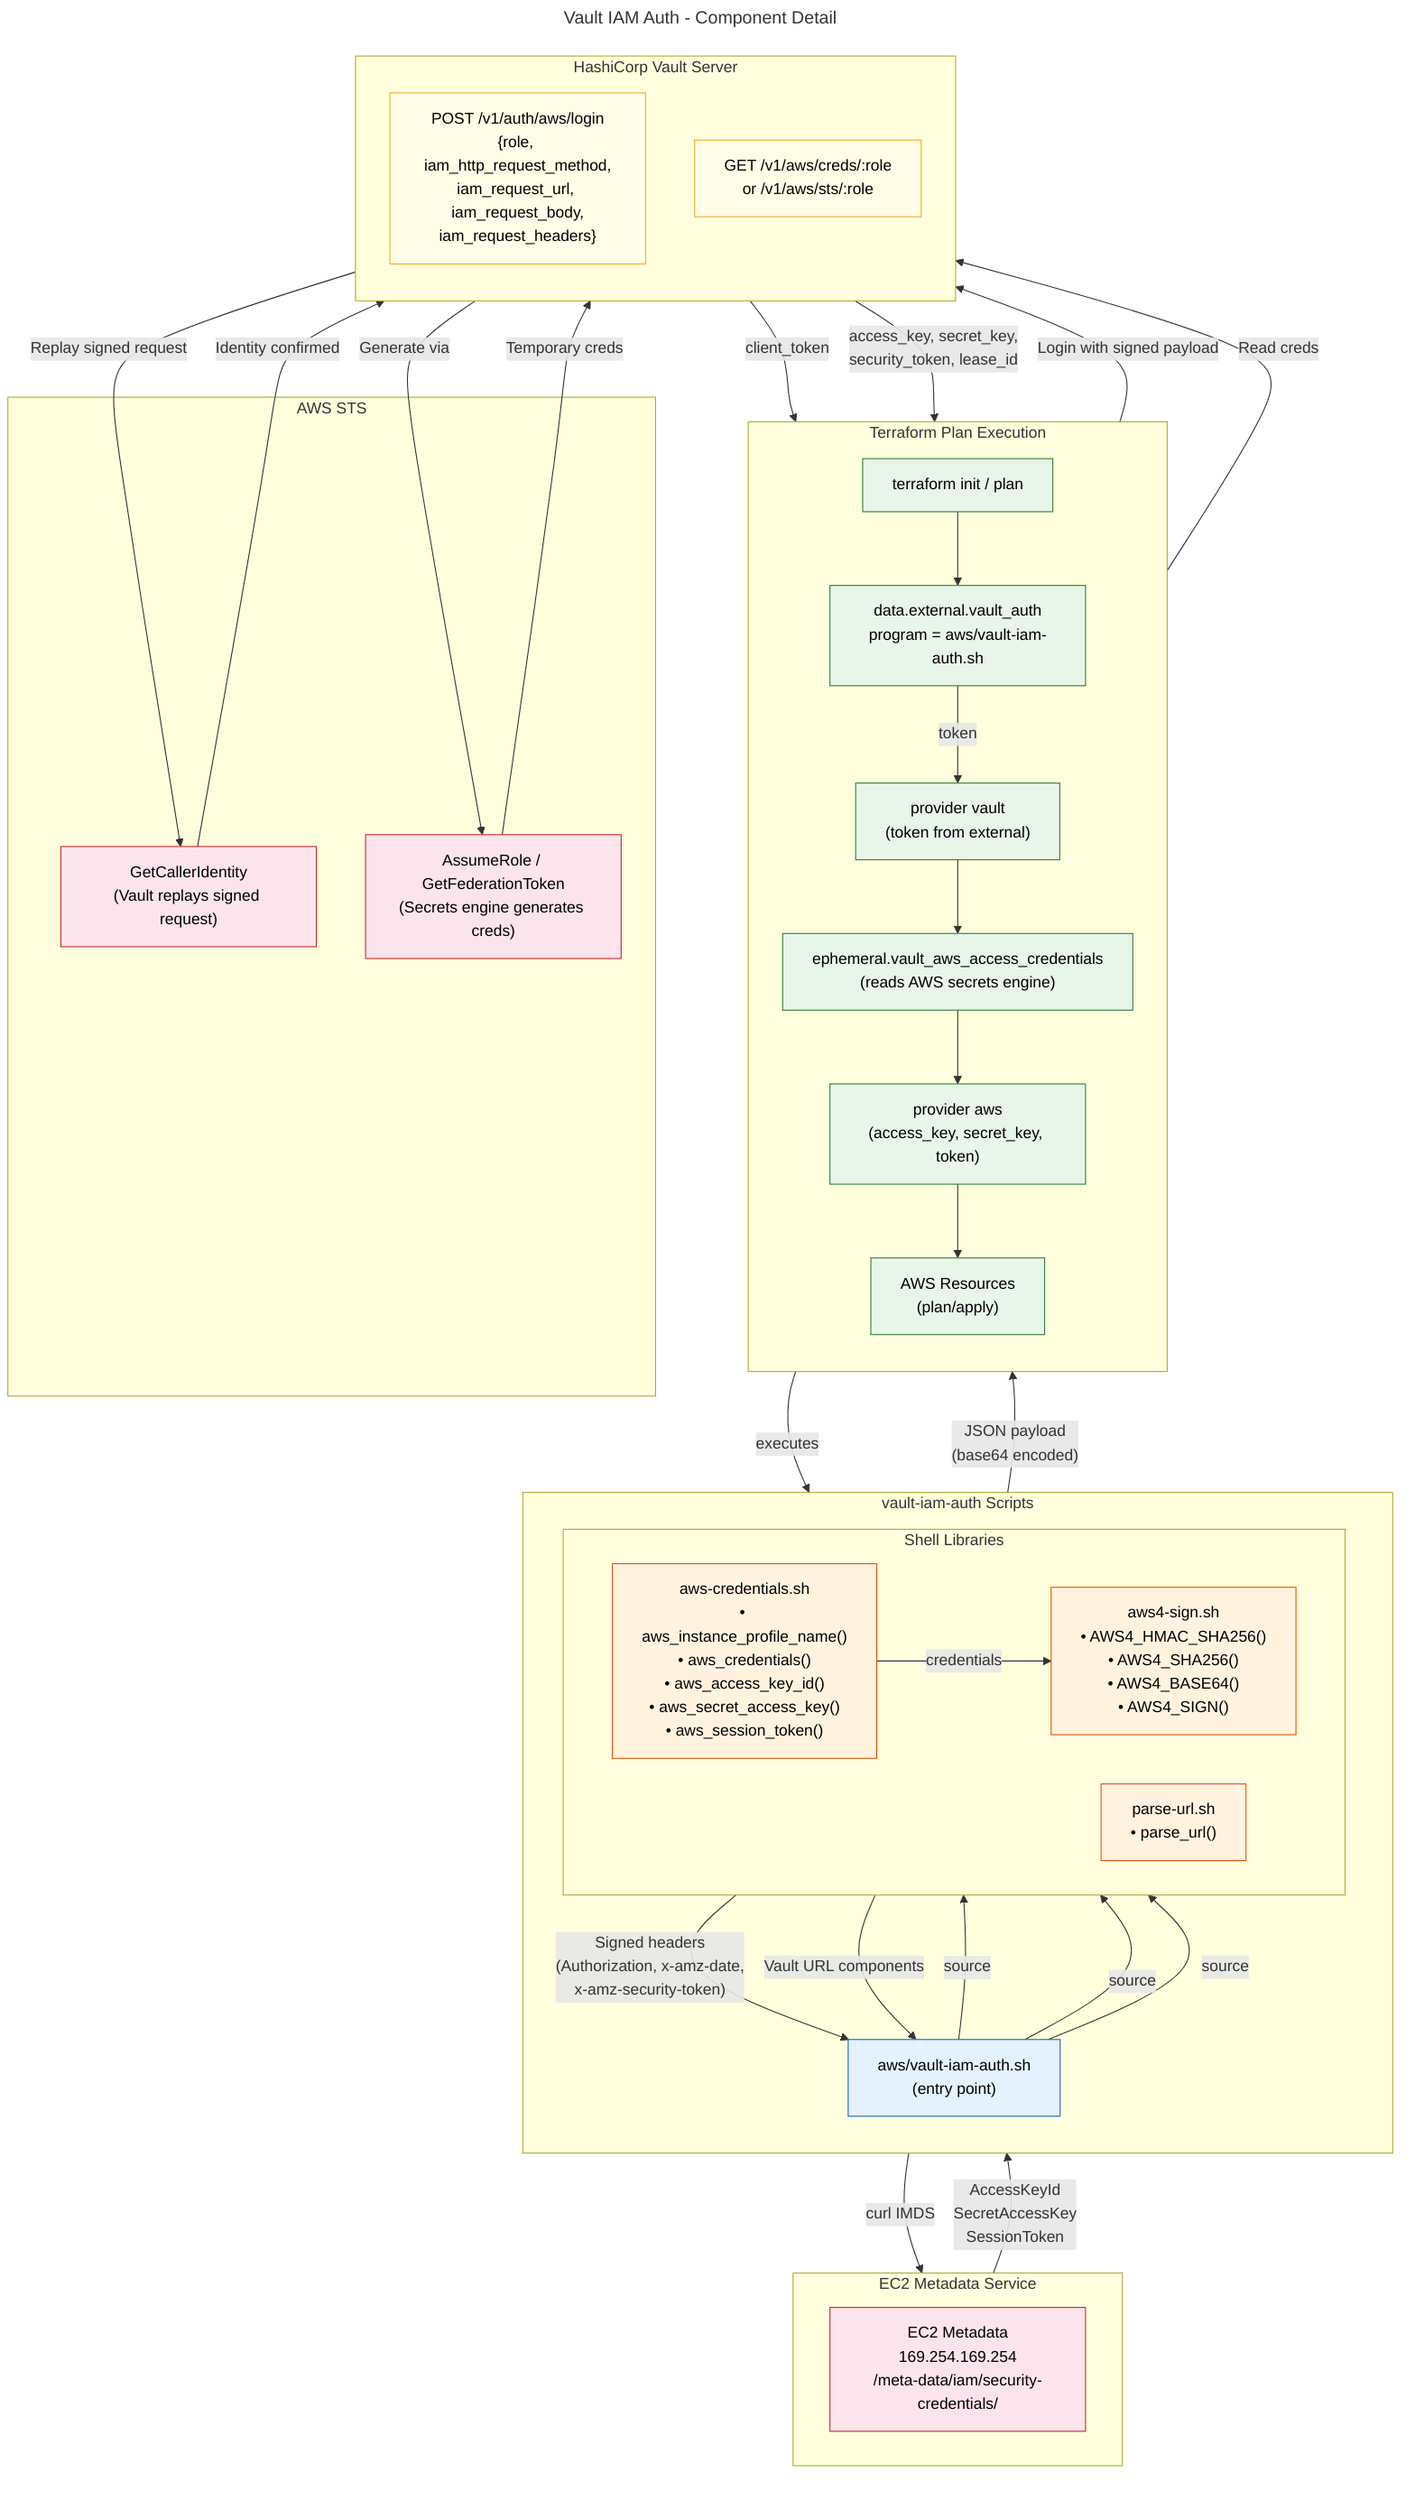
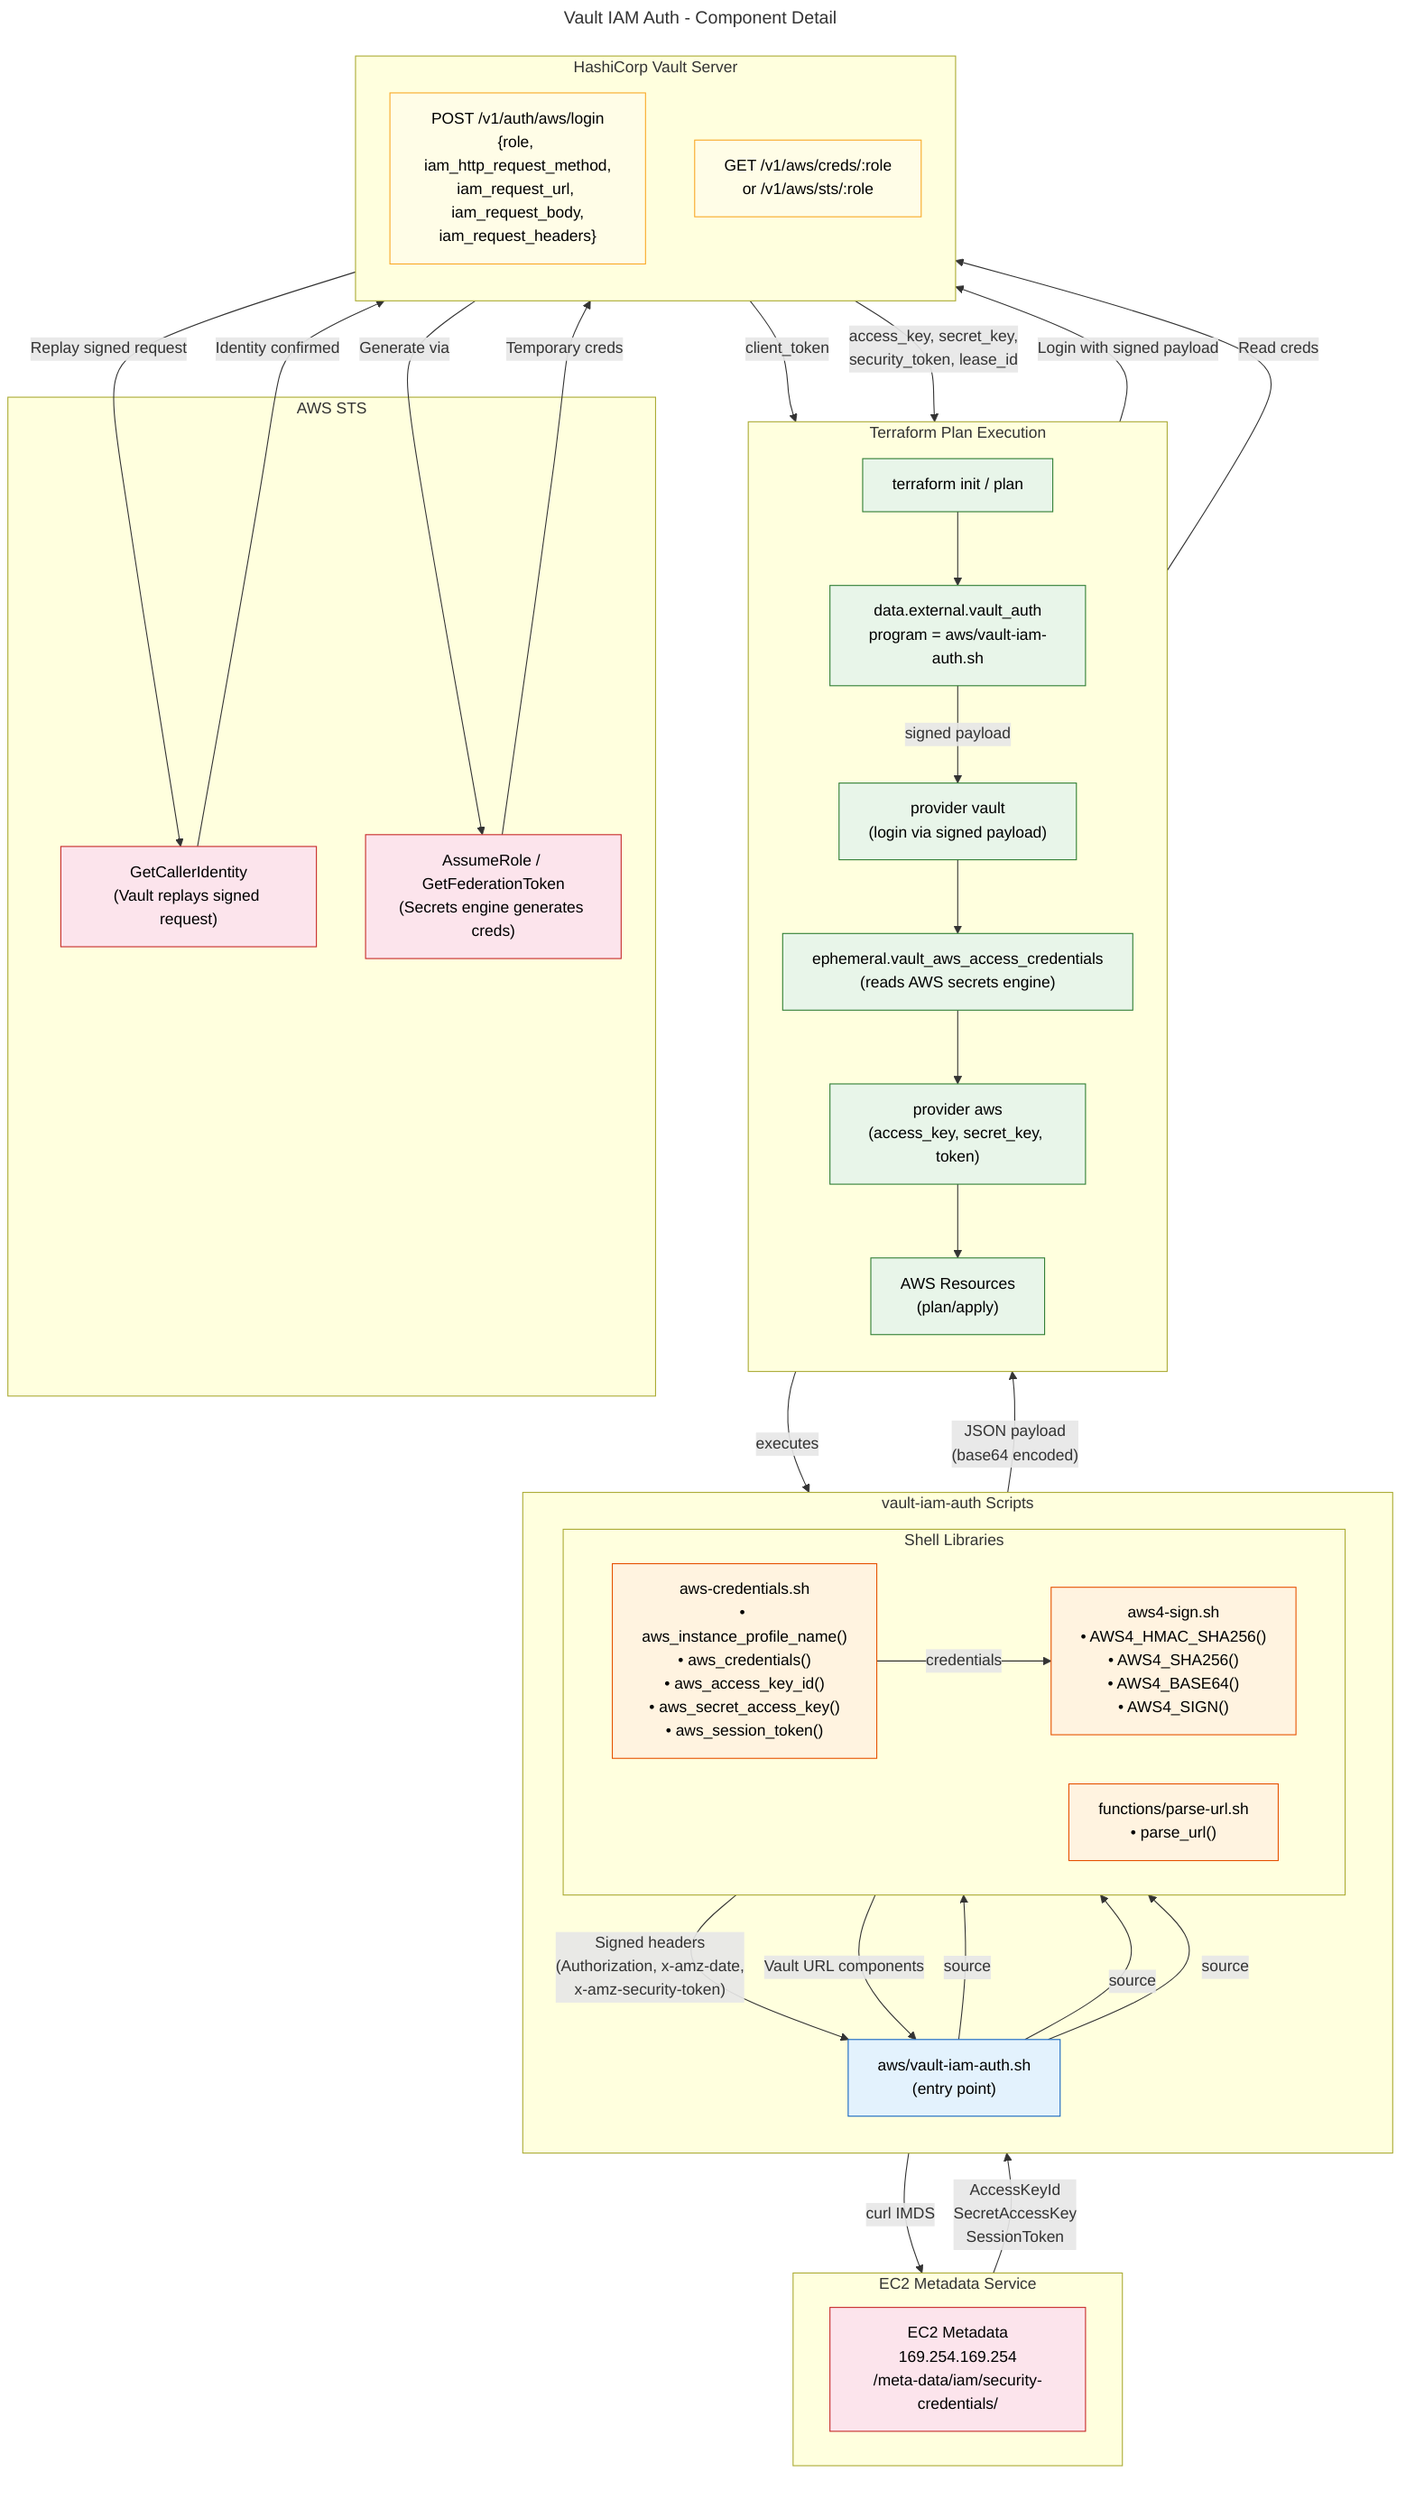
---
title: Vault IAM Auth - Component Detail
---
flowchart TB
    subgraph Terraform["Terraform Plan Execution"]
        direction TB
        INIT["terraform init / plan"]
        EXT_DS["data.external.vault_auth<br/>program = aws/vault-iam-auth.sh"]
-         VAULT_PROV["provider vault<br/>(token from external)"]
+         VAULT_PROV["provider vault<br/>(login via signed payload)"]
        EPHEM_RES["ephemeral.vault_aws_access_credentials<br/>(reads AWS secrets engine)"]
        AWS_PROV["provider aws<br/>(access_key, secret_key, token)"]
        RESOURCES["AWS Resources<br/>(plan/apply)"]
    end

    subgraph Scripts["vault-iam-auth Scripts"]
        direction TB
        MAIN["aws/vault-iam-auth.sh<br/>(entry point)"]

        subgraph Libraries["Shell Libraries"]
            direction LR
            AWS_CREDS["aws-credentials.sh<br/>• aws_instance_profile_name()<br/>• aws_credentials()<br/>• aws_access_key_id()<br/>• aws_secret_access_key()<br/>• aws_session_token()"]
            AWS4["aws4-sign.sh<br/>• AWS4_HMAC_SHA256()<br/>• AWS4_SHA256()<br/>• AWS4_BASE64()<br/>• AWS4_SIGN()"]
-             PARSE["parse-url.sh<br/>• parse_url()"]
+             PARSE["functions/parse-url.sh<br/>• parse_url()"]
        end

        MAIN -->|"source"| AWS_CREDS
        MAIN -->|"source"| AWS4
        MAIN -->|"source"| PARSE
    end

    subgraph Metadata["EC2 Metadata Service"]
        direction LR
        EC2_MD["EC2 Metadata<br/>169.254.169.254<br/>/meta-data/iam/security-credentials/"]
    end

    subgraph Vault_Server["HashiCorp Vault Server"]
        direction TB
        V_AUTH_AWS["POST /v1/auth/aws/login<br/>{role, iam_http_request_method,<br/>iam_request_url, iam_request_body,<br/>iam_request_headers}"]
        V_AWS_SE["GET /v1/aws/creds/:role<br/>or /v1/aws/sts/:role"]
    end

    subgraph AWS_STS["AWS STS"]
        STS_VERIFY["GetCallerIdentity<br/>(Vault replays signed request)"]
        STS_ASSUME["AssumeRole / GetFederationToken<br/>(Secrets engine generates creds)"]
    end

    %% Terraform execution flow
    INIT --> EXT_DS
    EXT_DS -->|"executes"| MAIN
-     EXT_DS -->|"token"| VAULT_PROV
+     EXT_DS -->|"signed payload"| VAULT_PROV
    VAULT_PROV --> EPHEM_RES
    EPHEM_RES --> AWS_PROV
    AWS_PROV --> RESOURCES

    %% AWS auth internal flow
    AWS_CREDS -->|"curl IMDS"| EC2_MD
    EC2_MD -->|"AccessKeyId<br/>SecretAccessKey<br/>SessionToken"| AWS_CREDS
    AWS_CREDS -->|"credentials"| AWS4
    AWS4 -->|"Signed headers<br/>(Authorization, x-amz-date,<br/>x-amz-security-token)"| MAIN
    PARSE -->|"Vault URL components"| MAIN
    MAIN -->|"JSON payload<br/>(base64 encoded)"| EXT_DS

    %% Vault auth flow
    VAULT_PROV -->|"Login with signed payload"| V_AUTH_AWS
    V_AUTH_AWS -->|"Replay signed request"| STS_VERIFY
    STS_VERIFY -->|"Identity confirmed"| V_AUTH_AWS
    V_AUTH_AWS -->|"client_token"| VAULT_PROV

    %% Vault secrets flow
    EPHEM_RES -->|"Read creds"| V_AWS_SE
    V_AWS_SE -->|"Generate via"| STS_ASSUME
    STS_ASSUME -->|"Temporary creds"| V_AWS_SE
    V_AWS_SE -->|"access_key, secret_key,<br/>security_token, lease_id"| EPHEM_RES

    %% Styling
    classDef script fill:#E3F2FD,stroke:#1565C0,color:#000
    classDef lib fill:#FFF3E0,stroke:#E65100,color:#000
    classDef tf fill:#E8F5E9,stroke:#2E7D32,color:#000
    classDef vault fill:#FFFDE7,stroke:#F9A825,color:#000
    classDef cloud fill:#FCE4EC,stroke:#C62828,color:#000

    class MAIN script
    class AWS_CREDS,AWS4,PARSE lib
    class INIT,EXT_DS,VAULT_PROV,EPHEM_RES,AWS_PROV,RESOURCES tf
    class V_AUTH_AWS,V_AWS_SE vault
    class EC2_MD,STS_VERIFY,STS_ASSUME cloud
